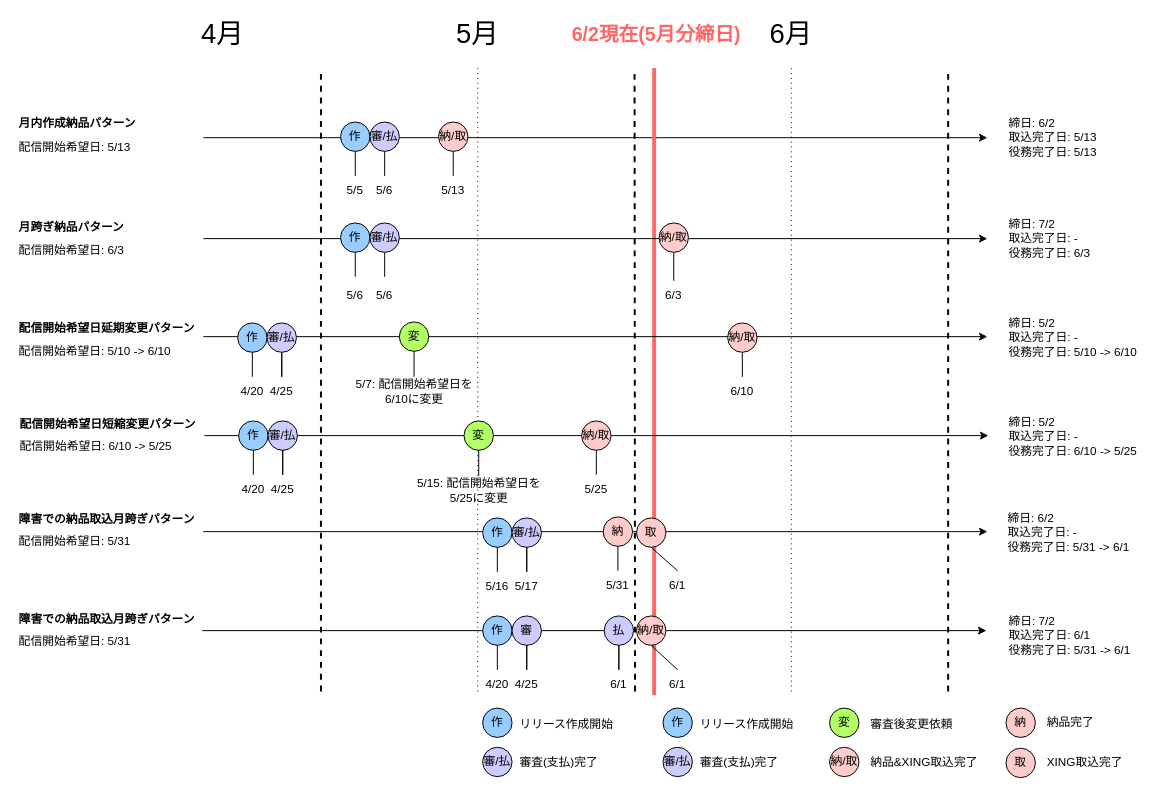
Earlier version of the draw.io diagram 名称未設定ファイル.drawio (seiryou/test). Source tidied: cells renumbered, new cells numbered last; positions are measured from the earlier drawing's top-left corner, leaving out a move shared by most shapes. Both pictures are drawn from the tidied source at 98%, with x=0, y=0 at pixel (17, 19).
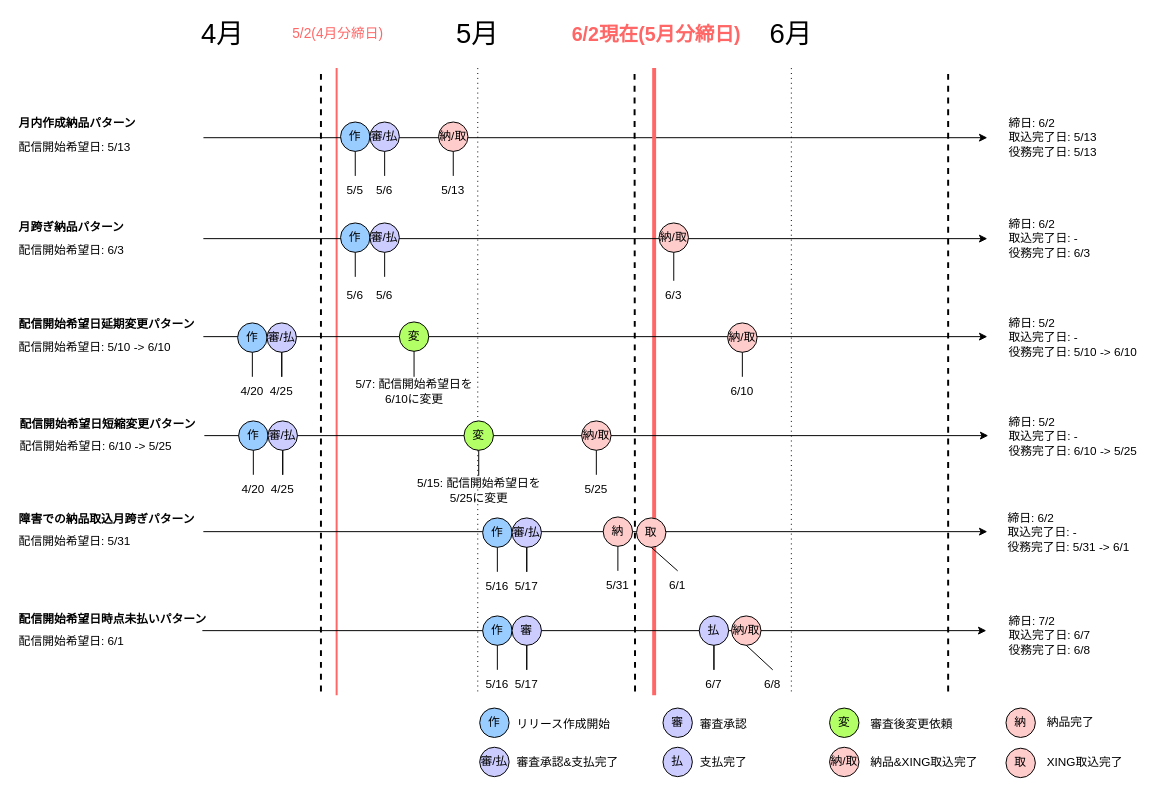
Above is the later version.

Commit message (it also covers changes not shown here):
名称未設定ファイル.drawio を更新します

The edit, as a diff of the source:
```diff
@@
+    <mxCell id="123" style="endArrow=none;html=1;rounded=0;endFill=0;strokeColor=#FF6666;strokeWidth=2;" parent="1" edge="1">
+      <mxGeometry x="-0.03" y="140" relative="1" as="geometry">
+        <mxPoint x="326" y="690" as="sourcePoint" />
+        <mxPoint x="326" y="50" as="targetPoint" />
+      </mxGeometry>
+    </mxCell>
@@
-    <mxCell id="34" value="締日: 7/2&lt;br&gt;取込完了日: -&lt;br&gt;役務完了日: 6/3" style="text;html=1;strokeColor=none;fillColor=none;align=left;verticalAlign=middle;whiteSpace=wrap;rounded=0;" parent="1" vertex="1">
+    <mxCell id="34" value="締日: 6/2&lt;br&gt;取込完了日: -&lt;br&gt;役務完了日: 6/3" style="text;html=1;strokeColor=none;fillColor=none;align=left;verticalAlign=middle;whiteSpace=wrap;rounded=0;" parent="1" vertex="1">
       <mxGeometry x="1010" y="209" width="120" height="30" as="geometry" />
     </mxCell>
@@
     <mxCell id="36" value="配信開始希望日: 5/10 -&amp;gt; 6/10" style="text;html=1;strokeColor=none;fillColor=none;align=left;verticalAlign=middle;whiteSpace=wrap;rounded=0;" parent="1" vertex="1">
-      <mxGeometry y="324" width="220" height="30" as="geometry" />
+      <mxGeometry y="320" width="220" height="30" as="geometry" />
     </mxCell>
@@
     <mxCell id="86" value="&lt;b&gt;配信開始希望日延期変更パターン&lt;/b&gt;" style="text;html=1;strokeColor=none;fillColor=none;align=left;verticalAlign=middle;whiteSpace=wrap;rounded=0;" parent="1" vertex="1">
-      <mxGeometry y="301" width="220" height="30" as="geometry" />
+      <mxGeometry y="297" width="220" height="30" as="geometry" />
     </mxCell>
@@
-    <mxCell id="89" value="作" style="ellipse;whiteSpace=wrap;html=1;fillColor=#99CCFF;" parent="1" vertex="1">
+    <mxCell id="89" value="審" style="ellipse;whiteSpace=wrap;html=1;fillColor=#CCCCFF;" parent="1" vertex="1">
       <mxGeometry x="659" y="703" width="30" height="30" as="geometry" />
     </mxCell>
-    <mxCell id="90" value="審/払" style="ellipse;whiteSpace=wrap;html=1;fillColor=#CCCCFF;" parent="1" vertex="1">
+    <mxCell id="90" value="払" style="ellipse;whiteSpace=wrap;html=1;fillColor=#CCCCFF;" parent="1" vertex="1">
       <mxGeometry x="659" y="743" width="30" height="30" as="geometry" />
     </mxCell>
@@
-    <mxCell id="95" value="リリース作成開始" style="text;html=1;strokeColor=none;fillColor=none;align=left;verticalAlign=middle;whiteSpace=wrap;rounded=0;" parent="1" vertex="1">
+    <mxCell id="95" value="審査承認" style="text;html=1;strokeColor=none;fillColor=none;align=left;verticalAlign=middle;whiteSpace=wrap;rounded=0;" parent="1" vertex="1">
       <mxGeometry x="695" y="705" width="100" height="30" as="geometry" />
     </mxCell>
-    <mxCell id="96" value="審査(支払)完了" style="text;html=1;strokeColor=none;fillColor=none;align=left;verticalAlign=middle;whiteSpace=wrap;rounded=0;" parent="1" vertex="1">
+    <mxCell id="96" value="支払完了" style="text;html=1;strokeColor=none;fillColor=none;align=left;verticalAlign=middle;whiteSpace=wrap;rounded=0;" parent="1" vertex="1">
       <mxGeometry x="695" y="744" width="100" height="30" as="geometry" />
     </mxCell>
@@
-    <mxCell id="102" value="締日: 7/2&lt;br&gt;取込完了日: 6/1&lt;br&gt;役務完了日: 5/31 -&amp;gt; 6/1" style="text;html=1;strokeColor=none;fillColor=none;align=left;verticalAlign=middle;whiteSpace=wrap;rounded=0;" parent="1" vertex="1">
+    <mxCell id="102" value="締日: 7/2&lt;br&gt;取込完了日: 6/7&lt;br&gt;役務完了日: 6/8" style="text;html=1;strokeColor=none;fillColor=none;align=left;verticalAlign=middle;whiteSpace=wrap;rounded=0;" parent="1" vertex="1">
       <mxGeometry x="1010" y="614" width="140" height="30" as="geometry" />
     </mxCell>
-    <mxCell id="103" value="配信開始希望日: 5/31" style="text;html=1;strokeColor=none;fillColor=none;align=left;verticalAlign=middle;whiteSpace=wrap;rounded=0;" parent="1" vertex="1">
+    <mxCell id="103" value="配信開始希望日: 6/1" style="text;html=1;strokeColor=none;fillColor=none;align=left;verticalAlign=middle;whiteSpace=wrap;rounded=0;" parent="1" vertex="1">
       <mxGeometry y="620" width="220" height="30" as="geometry" />
     </mxCell>
-    <mxCell id="104" value="&lt;b&gt;障害での納品取込月跨ぎパターン&lt;/b&gt;" style="text;html=1;strokeColor=none;fillColor=none;align=left;verticalAlign=middle;whiteSpace=wrap;rounded=0;" parent="1" vertex="1">
+    <mxCell id="104" value="&lt;b&gt;配信開始希望日時点未払いパターン&lt;/b&gt;" style="text;html=1;strokeColor=none;fillColor=none;align=left;verticalAlign=middle;whiteSpace=wrap;rounded=0;" parent="1" vertex="1">
       <mxGeometry y="598" width="220" height="30" as="geometry" />
     </mxCell>
@@
-    <mxCell id="110" value="4/25" style="text;html=1;strokeColor=none;fillColor=none;align=center;verticalAlign=middle;whiteSpace=wrap;rounded=0;" parent="1" vertex="1">
+    <mxCell id="110" value="5/17" style="text;html=1;strokeColor=none;fillColor=none;align=center;verticalAlign=middle;whiteSpace=wrap;rounded=0;" parent="1" vertex="1">
       <mxGeometry x="490" y="664" width="60" height="30" as="geometry" />
     </mxCell>
-    <mxCell id="111" value="4/20" style="text;html=1;strokeColor=none;fillColor=none;align=center;verticalAlign=middle;whiteSpace=wrap;rounded=0;" parent="1" vertex="1">
+    <mxCell id="111" value="5/16" style="text;html=1;strokeColor=none;fillColor=none;align=center;verticalAlign=middle;whiteSpace=wrap;rounded=0;" parent="1" vertex="1">
       <mxGeometry x="460" y="664" width="60" height="30" as="geometry" />
     </mxCell>
     <mxCell id="112" value="納/取" style="ellipse;whiteSpace=wrap;html=1;fillColor=#FFCCCC;" parent="1" vertex="1">
-      <mxGeometry x="632" y="609" width="30" height="30" as="geometry" />
+      <mxGeometry x="729" y="609" width="30" height="30" as="geometry" />
     </mxCell>
@@
-    <mxCell id="114" value="6/1" style="text;html=1;strokeColor=none;fillColor=none;align=center;verticalAlign=middle;whiteSpace=wrap;rounded=0;" parent="1" vertex="1">
-      <mxGeometry x="644" y="664" width="60" height="30" as="geometry" />
+    <mxCell id="114" value="6/8" style="text;html=1;strokeColor=none;fillColor=none;align=center;verticalAlign=middle;whiteSpace=wrap;rounded=0;" parent="1" vertex="1">
+      <mxGeometry x="741" y="664" width="60" height="30" as="geometry" />
     </mxCell>
     <mxCell id="115" value="払" style="ellipse;whiteSpace=wrap;html=1;fillColor=#CCCCFF;" parent="1" vertex="1">
-      <mxGeometry x="599" y="609" width="30" height="30" as="geometry" />
+      <mxGeometry x="696" y="609" width="30" height="30" as="geometry" />
     </mxCell>
     <mxCell id="116" style="endArrow=none;html=1;rounded=0;entryX=0.5;entryY=1;entryDx=0;entryDy=0;exitX=1;exitY=0;exitDx=0;exitDy=0;" parent="1" edge="1" target="115">
       <mxGeometry relative="1" as="geometry">
-        <mxPoint x="614" y="664" as="sourcePoint" />
+        <mxPoint x="711" y="664" as="sourcePoint" />
       </mxGeometry>
     </mxCell>
     <mxCell id="117" style="edgeStyle=orthogonalEdgeStyle;rounded=0;jettySize=auto;html=1;endArrow=none;endFill=0;" parent="1" edge="1" source="118" target="115">
       <mxGeometry relative="1" as="geometry">
         <Array as="points">
-          <mxPoint x="614" y="653" />
-          <mxPoint x="614" y="653" />
+          <mxPoint x="711" y="653" />
+          <mxPoint x="711" y="653" />
         </Array>
       </mxGeometry>
     </mxCell>
-    <mxCell id="118" value="6/1" style="text;html=1;strokeColor=none;fillColor=none;align=center;verticalAlign=middle;whiteSpace=wrap;rounded=0;" parent="1" vertex="1">
-      <mxGeometry x="584" y="664" width="60" height="30" as="geometry" />
+    <mxCell id="118" value="6/7" style="text;html=1;strokeColor=none;fillColor=none;align=center;verticalAlign=middle;whiteSpace=wrap;rounded=0;" parent="1" vertex="1">
+      <mxGeometry x="681" y="664" width="60" height="30" as="geometry" />
     </mxCell>
     <mxCell id="119" value="作" style="ellipse;whiteSpace=wrap;html=1;fillColor=#99CCFF;" parent="1" vertex="1">
-      <mxGeometry x="475" y="703" width="30" height="30" as="geometry" />
+      <mxGeometry x="472" y="703" width="30" height="30" as="geometry" />
     </mxCell>
     <mxCell id="120" value="審/払" style="ellipse;whiteSpace=wrap;html=1;fillColor=#CCCCFF;" parent="1" vertex="1">
-      <mxGeometry x="475" y="743" width="30" height="30" as="geometry" />
+      <mxGeometry x="472" y="743" width="30" height="30" as="geometry" />
     </mxCell>
     <mxCell id="121" value="リリース作成開始" style="text;html=1;strokeColor=none;fillColor=none;align=left;verticalAlign=middle;whiteSpace=wrap;rounded=0;" parent="1" vertex="1">
-      <mxGeometry x="511" y="705" width="100" height="30" as="geometry" />
+      <mxGeometry x="508" y="705" width="100" height="30" as="geometry" />
     </mxCell>
-    <mxCell id="122" value="審査(支払)完了" style="text;html=1;strokeColor=none;fillColor=none;align=left;verticalAlign=middle;whiteSpace=wrap;rounded=0;" parent="1" vertex="1">
-      <mxGeometry x="511" y="744" width="100" height="30" as="geometry" />
+    <mxCell id="122" value="審査承認&amp;amp;支払完了" style="text;html=1;strokeColor=none;fillColor=none;align=left;verticalAlign=middle;whiteSpace=wrap;rounded=0;" parent="1" vertex="1">
+      <mxGeometry x="508" y="744" width="112" height="30" as="geometry" />
     </mxCell>
+    <mxCell id="124" value="&lt;font style=&quot;font-size: 14px;&quot;&gt;&lt;span style=&quot;font-size: 14px;&quot;&gt;5/2(4月分締日)&lt;/span&gt;&lt;/font&gt;" style="text;html=1;strokeColor=none;fillColor=none;align=center;verticalAlign=middle;whiteSpace=wrap;rounded=0;fontColor=#FF6666;fontSize=14;fontStyle=0;" parent="1" vertex="1">
+      <mxGeometry x="205" width="245" height="30" as="geometry" />
+    </mxCell>
```
